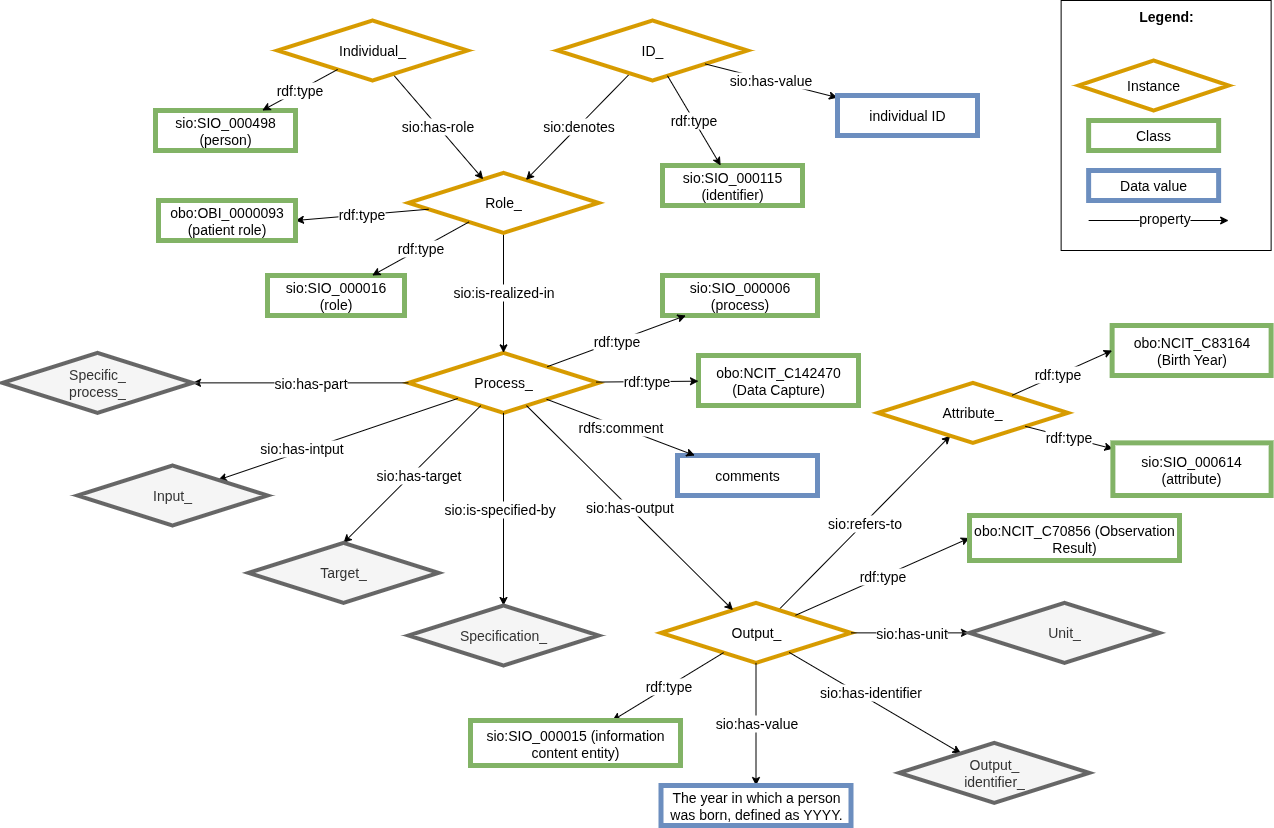
This is images/CARE-SM-Birthyear.drawio.png from CARE-SM/CARE-Semantic-Model, a draw.io export, as it was before one commit. Source tidied: cells renumbered, new cells last; positions are measured from the earlier drawing's top-left corner, leaving out a move shared by most shapes.
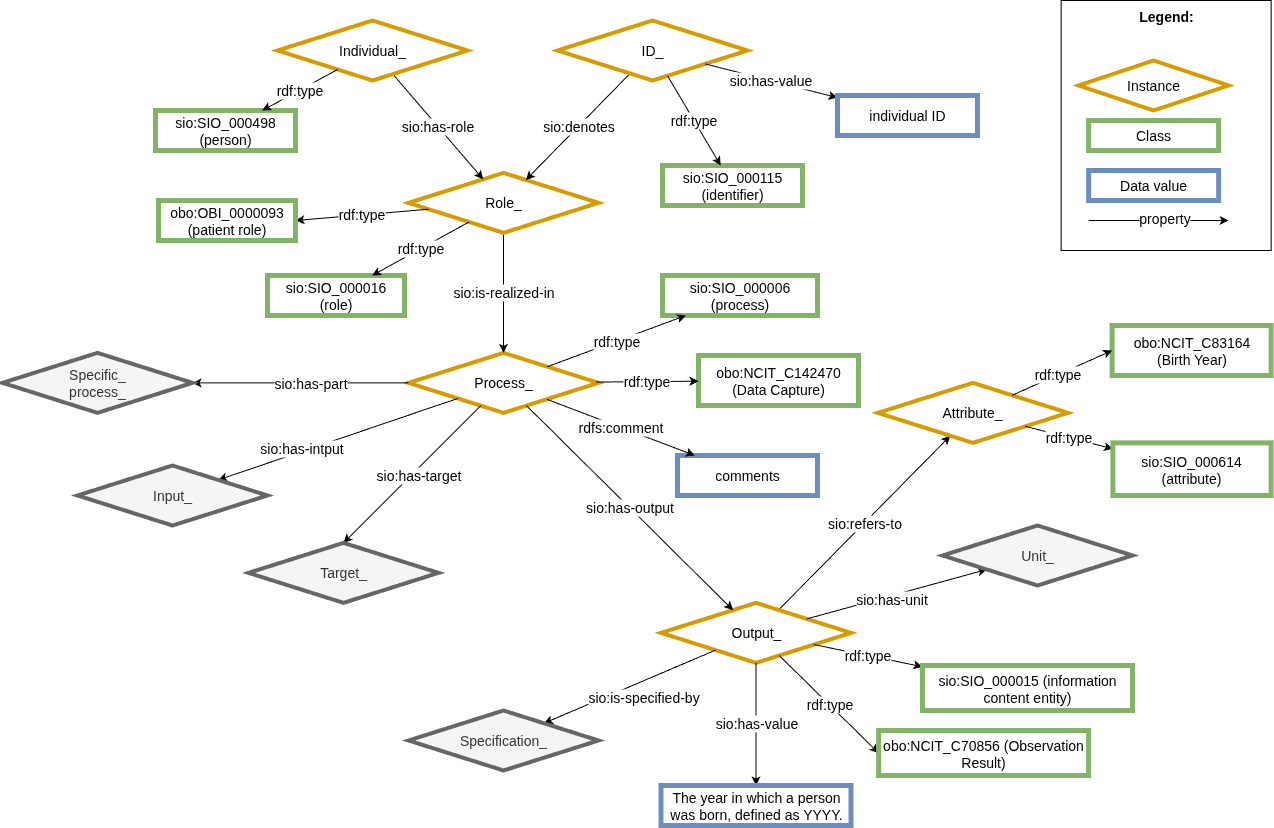
After the commit.

What changed in the source:
```diff
@@ -21,7 +21,7 @@
       <mxGeometry relative="1" as="geometry" />
     </mxCell>
     <mxCell id="8" value="&lt;font style=&quot;font-size: 14px;&quot;&gt;sio:SIO_000015 (information content entity)&lt;/font&gt;" style="whiteSpace=wrap;html=1;fillColor=#FFFFFF;strokeColor=#82b366;strokeWidth=5;fontSize=14;" parent="1" vertex="1">
-      <mxGeometry x="468" y="720" width="210" height="45" as="geometry" />
+      <mxGeometry x="920" y="665" width="210" height="45" as="geometry" />
     </mxCell>
     <mxCell id="9" value="Role_" style="rhombus;whiteSpace=wrap;html=1;fillColor=#FFFFFF;strokeColor=#D79B00;perimeter=rhombusPerimeter;arcSize=20;comic=0;enumerate=0;strokeWidth=4;rounded=0;fontSize=14;" parent="1" vertex="1">
       <mxGeometry x="406" y="172.4" width="190" height="60" as="geometry" />
@@ -64,7 +64,7 @@
         <mxPoint x="-61" y="18" as="offset" />
       </mxGeometry>
     </mxCell>
-    <mxCell id="22" style="edgeStyle=none;rounded=0;jettySize=auto;html=1;strokeWidth=1;fontSize=14;" parent="1" edge="1" source="4" target="24">
+    <mxCell id="22" style="edgeStyle=none;rounded=0;jettySize=auto;html=1;strokeWidth=1;fontSize=14;" parent="1" edge="1" source="3" target="24">
       <mxGeometry relative="1" as="geometry" />
     </mxCell>
     <mxCell id="23" value="sio:is-specified-by" style="edgeLabel;html=1;align=center;verticalAlign=middle;fontSize=14;" parent="22" vertex="1">
@@ -73,7 +73,7 @@
       </mxGeometry>
     </mxCell>
     <mxCell id="24" value="Specification_" style="rhombus;whiteSpace=wrap;html=1;fillColor=#f5f5f5;strokeColor=#666666;perimeter=rhombusPerimeter;arcSize=20;comic=0;enumerate=0;strokeWidth=4;rounded=0;fontSize=14;fontColor=#333333;" parent="1" vertex="1">
-      <mxGeometry x="406" y="605" width="190" height="60" as="geometry" />
+      <mxGeometry x="406" y="710" width="190" height="60" as="geometry" />
     </mxCell>
     <mxCell id="25" value="Input_" style="rhombus;whiteSpace=wrap;html=1;fillColor=#f5f5f5;strokeColor=#666666;perimeter=rhombusPerimeter;arcSize=20;comic=0;enumerate=0;strokeWidth=4;rounded=0;fontSize=14;fontColor=#333333;" parent="1" vertex="1">
       <mxGeometry x="75" y="465" width="190" height="60" as="geometry" />
@@ -87,7 +87,7 @@
       </mxGeometry>
     </mxCell>
     <mxCell id="28" value="Unit_" style="rhombus;whiteSpace=wrap;html=1;fillColor=#f5f5f5;strokeColor=#666666;perimeter=rhombusPerimeter;arcSize=20;comic=0;enumerate=0;strokeWidth=4;rounded=0;fontSize=14;fontColor=#333333;" parent="1" vertex="1">
-      <mxGeometry x="967" y="602.4" width="190" height="60" as="geometry" />
+      <mxGeometry x="940" y="525" width="190" height="60" as="geometry" />
     </mxCell>
     <mxCell id="29" value="&lt;div style=&quot;text-align: left; font-size: 14px;&quot;&gt;&lt;span style=&quot;background-color: initial; font-size: 14px;&quot;&gt;&lt;b style=&quot;font-size: 14px;&quot;&gt;&lt;font style=&quot;font-size: 14px;&quot;&gt;Legend:&lt;/font&gt;&lt;/b&gt;&lt;/span&gt;&lt;/div&gt;&lt;div style=&quot;text-align: left; font-size: 14px;&quot;&gt;&lt;span style=&quot;background-color: initial; font-size: 14px;&quot;&gt;&lt;br style=&quot;font-size: 14px;&quot;&gt;&lt;/span&gt;&lt;/div&gt;&lt;div style=&quot;text-align: left; font-size: 14px;&quot;&gt;&lt;span style=&quot;background-color: initial; font-size: 14px;&quot;&gt;&lt;br style=&quot;font-size: 14px;&quot;&gt;&lt;/span&gt;&lt;/div&gt;&lt;div style=&quot;text-align: left; font-size: 14px;&quot;&gt;&lt;span style=&quot;background-color: initial; font-size: 14px;&quot;&gt;&lt;br style=&quot;font-size: 14px;&quot;&gt;&lt;/span&gt;&lt;/div&gt;&lt;div style=&quot;text-align: left; font-size: 14px;&quot;&gt;&lt;br style=&quot;font-size: 14px;&quot;&gt;&lt;/div&gt;&lt;div style=&quot;text-align: left; font-size: 14px;&quot;&gt;&lt;br style=&quot;font-size: 14px;&quot;&gt;&lt;/div&gt;&lt;div style=&quot;text-align: left; font-size: 14px;&quot;&gt;&lt;br style=&quot;font-size: 14px;&quot;&gt;&lt;/div&gt;&lt;div style=&quot;text-align: left; font-size: 14px;&quot;&gt;&lt;br style=&quot;font-size: 14px;&quot;&gt;&lt;/div&gt;&lt;div style=&quot;text-align: left; font-size: 14px;&quot;&gt;&lt;br style=&quot;font-size: 14px;&quot;&gt;&lt;/div&gt;&lt;div style=&quot;text-align: left; font-size: 14px;&quot;&gt;&lt;span style=&quot;background-color: initial; font-size: 14px;&quot;&gt;&lt;br style=&quot;font-size: 14px;&quot;&gt;&lt;/span&gt;&lt;/div&gt;&lt;div style=&quot;text-align: left; font-size: 14px;&quot;&gt;&lt;span style=&quot;background-color: initial; font-size: 14px;&quot;&gt;&lt;br style=&quot;font-size: 14px;&quot;&gt;&lt;/span&gt;&lt;/div&gt;&lt;div style=&quot;text-align: left; font-size: 14px;&quot;&gt;&lt;span style=&quot;background-color: initial; font-size: 14px;&quot;&gt;&lt;br style=&quot;font-size: 14px;&quot;&gt;&lt;/span&gt;&lt;/div&gt;&lt;div style=&quot;text-align: left; font-size: 14px;&quot;&gt;&lt;span style=&quot;background-color: initial; font-size: 14px;&quot;&gt;&lt;br style=&quot;font-size: 14px;&quot;&gt;&lt;/span&gt;&lt;/div&gt;&lt;div style=&quot;text-align: left; font-size: 14px;&quot;&gt;&lt;span style=&quot;background-color: initial; font-size: 14px;&quot;&gt;&lt;br style=&quot;font-size: 14px;&quot;&gt;&lt;/span&gt;&lt;/div&gt;" style="rounded=0;whiteSpace=wrap;html=1;fontSize=14;" parent="1" vertex="1">
       <mxGeometry x="1058.6" width="210" height="250" as="geometry" />
@@ -135,17 +135,6 @@
     <mxCell id="41" value="Specific_&lt;div&gt;process_&lt;/div&gt;" style="rhombus;whiteSpace=wrap;html=1;fillColor=#f5f5f5;strokeColor=#666666;perimeter=rhombusPerimeter;arcSize=20;comic=0;enumerate=0;strokeWidth=4;rounded=0;fontSize=14;fontColor=#333333;" parent="1" vertex="1">
       <mxGeometry y="352.4" width="190" height="60" as="geometry" />
     </mxCell>
-    <mxCell id="42" style="edgeStyle=none;rounded=0;jettySize=auto;html=1;fontSize=14;" parent="1" edge="1" source="3" target="44">
-      <mxGeometry relative="1" as="geometry" />
-    </mxCell>
-    <mxCell id="43" value="sio:has-identifier" style="edgeLabel;html=1;align=center;verticalAlign=middle;fontSize=14;" parent="42" vertex="1">
-      <mxGeometry x="-0.21" y="-1" relative="1" as="geometry">
-        <mxPoint x="13" y="-1" as="offset" />
-      </mxGeometry>
-    </mxCell>
-    <mxCell id="44" value="Output_&lt;div style=&quot;font-size: 14px;&quot;&gt;identifier_&lt;/div&gt;" style="rhombus;whiteSpace=wrap;html=1;fillColor=#f5f5f5;strokeColor=#666666;perimeter=rhombusPerimeter;arcSize=20;comic=0;enumerate=0;strokeWidth=4;rounded=0;fontSize=14;fontColor=#333333;" parent="1" vertex="1">
-      <mxGeometry x="896.8" y="742.4" width="190" height="60" as="geometry" />
-    </mxCell>
     <mxCell id="45" value="rdf:type" style="edgeStyle=none;rounded=0;jettySize=auto;html=1;fontSize=14;" parent="1" edge="1" source="9" target="17">
       <mxGeometry relative="1" as="geometry" />
     </mxCell>
@@ -156,7 +145,7 @@
       <mxGeometry relative="1" as="geometry" />
     </mxCell>
     <mxCell id="48" value="obo:NCIT_C70856 (Observation Result)" style="whiteSpace=wrap;html=1;fillColor=#FFFFFF;strokeColor=#82b366;strokeWidth=5;fontSize=14;" parent="1" vertex="1">
-      <mxGeometry x="967" y="515" width="210" height="45" as="geometry" />
+      <mxGeometry x="876.1" y="730" width="210" height="45" as="geometry" />
     </mxCell>
     <mxCell id="49" value="obo:NCIT_C83164&lt;div&gt;(Birth Year)&lt;span style=&quot;background-color: initial; font-size: 14px;&quot;&gt;&lt;br style=&quot;font-size: 14px;&quot;&gt;&lt;/span&gt;&lt;/div&gt;" style="whiteSpace=wrap;html=1;fillColor=#FFFFFF;strokeColor=#82b366;strokeWidth=5;fontSize=14;" parent="1" vertex="1">
       <mxGeometry x="1109.6" y="325" width="159" height="50" as="geometry" />
```
